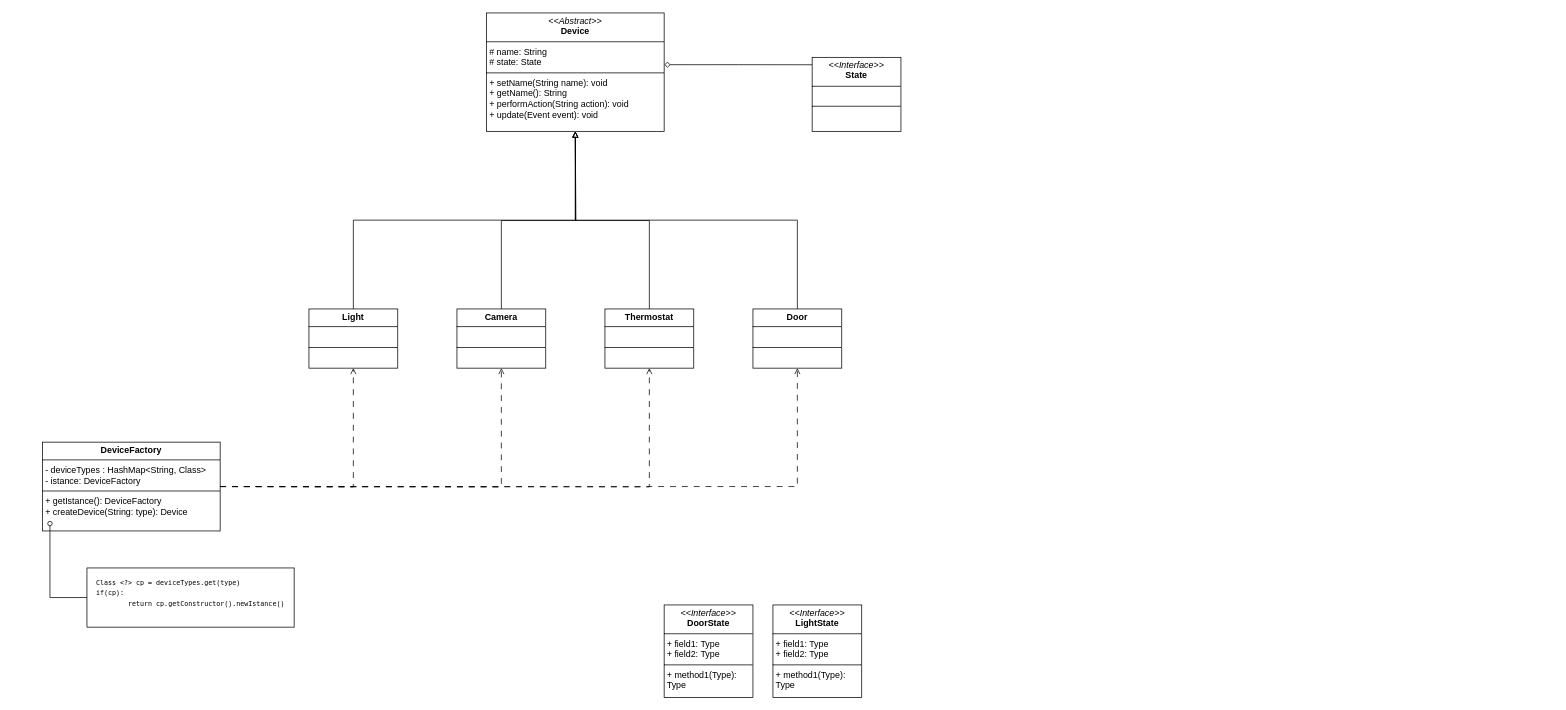
Earlier version of the draw.io diagram uml/smart-home-UML1.drawio (BoredDam/smart_home). Source tidied: cells renumbered, new cells numbered last; positions are measured from the earlier drawing's top-left corner, leaving out a move shared by most shapes. Both pictures are drawn from the tidied source at 74%, with x=0, y=0 at pixel (42, 13).
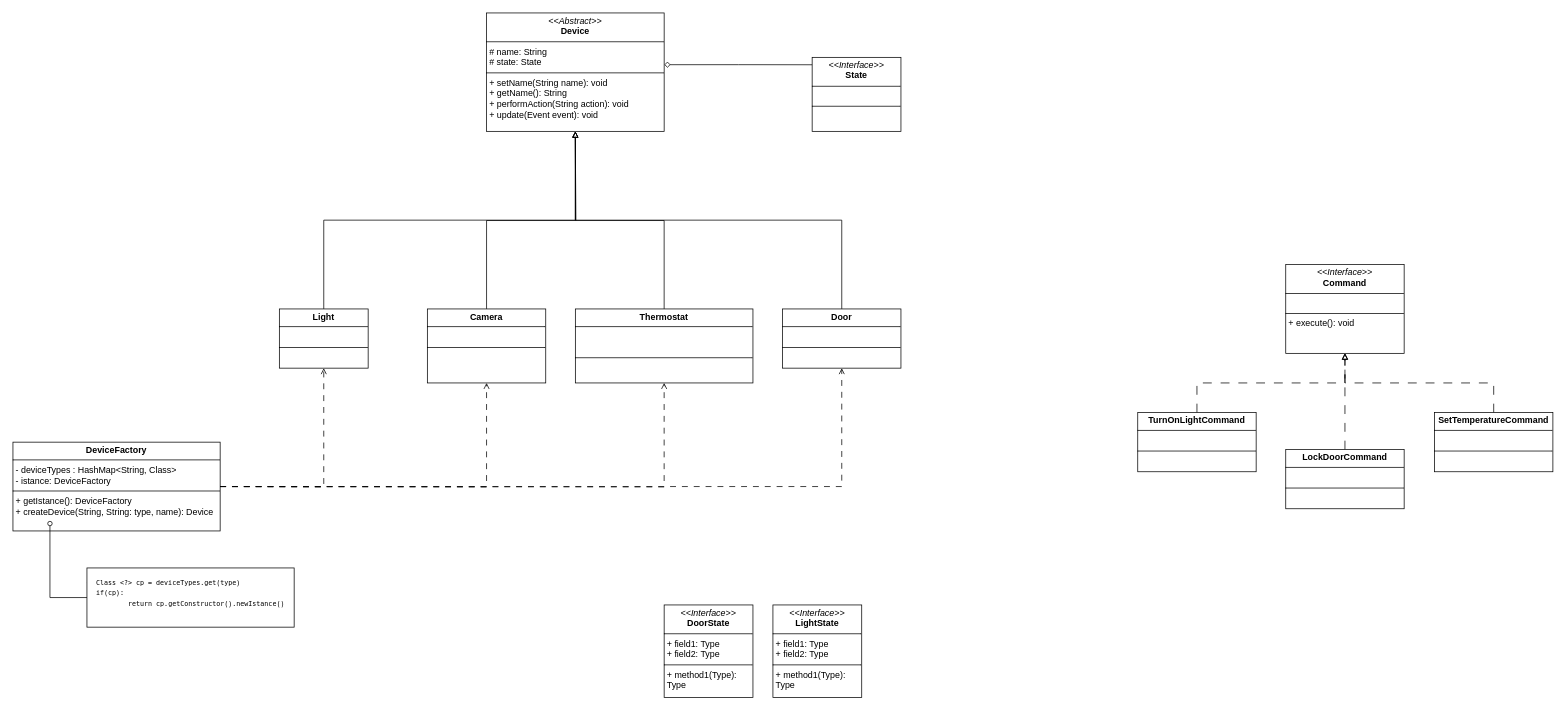
The same page after the edit.

Change to the diagram source:
```diff
@@
     <mxCell id="6" value="&lt;p style=&quot;margin:0px;margin-top:4px;text-align:center;&quot;&gt;&lt;b&gt;Light&lt;/b&gt;&lt;/p&gt;&lt;hr size=&quot;1&quot; style=&quot;border-style:solid;&quot;&gt;&lt;p style=&quot;margin:0px;margin-left:4px;&quot;&gt;&lt;br&gt;&lt;/p&gt;&lt;hr size=&quot;1&quot; style=&quot;border-style:solid;&quot;&gt;&lt;p style=&quot;margin:0px;margin-left:4px;&quot;&gt;&lt;br&gt;&lt;/p&gt;" style="verticalAlign=top;align=left;overflow=fill;html=1;whiteSpace=wrap;" parent="1" vertex="1">
-      <mxGeometry x="360" y="400" width="120" height="80" as="geometry" />
+      <mxGeometry x="320" y="400" width="120" height="80" as="geometry" />
     </mxCell>
@@
     <mxCell id="8" value="&lt;p style=&quot;margin:0px;margin-top:4px;text-align:center;&quot;&gt;&lt;b&gt;Camera&lt;/b&gt;&lt;/p&gt;&lt;hr size=&quot;1&quot; style=&quot;border-style:solid;&quot;&gt;&lt;p style=&quot;margin:0px;margin-left:4px;&quot;&gt;&lt;br&gt;&lt;/p&gt;&lt;hr size=&quot;1&quot; style=&quot;border-style:solid;&quot;&gt;&lt;p style=&quot;margin:0px;margin-left:4px;&quot;&gt;&lt;br&gt;&lt;/p&gt;" style="verticalAlign=top;align=left;overflow=fill;html=1;whiteSpace=wrap;" parent="1" vertex="1">
-      <mxGeometry x="560" y="400" width="120" height="80" as="geometry" />
+      <mxGeometry x="520" y="400" width="160" height="100" as="geometry" />
     </mxCell>
@@
-    <mxCell id="10" value="&lt;p style=&quot;margin:0px;margin-top:4px;text-align:center;&quot;&gt;&lt;b&gt;Thermostat&lt;/b&gt;&lt;/p&gt;&lt;hr size=&quot;1&quot; style=&quot;border-style:solid;&quot;&gt;&lt;p style=&quot;margin:0px;margin-left:4px;&quot;&gt;&lt;br&gt;&lt;/p&gt;&lt;hr size=&quot;1&quot; style=&quot;border-style:solid;&quot;&gt;&lt;p style=&quot;margin:0px;margin-left:4px;&quot;&gt;&lt;br&gt;&lt;/p&gt;" style="verticalAlign=top;align=left;overflow=fill;html=1;whiteSpace=wrap;" parent="1" vertex="1">
-      <mxGeometry x="760" y="400" width="120" height="80" as="geometry" />
+    <mxCell id="10" value="&lt;p style=&quot;margin:0px;margin-top:4px;text-align:center;&quot;&gt;&lt;b&gt;Thermostat&lt;/b&gt;&lt;/p&gt;&lt;hr size=&quot;1&quot; style=&quot;border-style:solid;&quot;&gt;&lt;p style=&quot;margin:0px;margin-left:4px;&quot;&gt;&lt;br&gt;&lt;/p&gt;&lt;p style=&quot;margin:0px;margin-left:4px;&quot;&gt;&lt;br&gt;&lt;/p&gt;&lt;hr size=&quot;1&quot; style=&quot;border-style:solid;&quot;&gt;&lt;p style=&quot;margin:0px;margin-left:4px;&quot;&gt;&lt;br&gt;&lt;/p&gt;" style="verticalAlign=top;align=left;overflow=fill;html=1;whiteSpace=wrap;" parent="1" vertex="1">
+      <mxGeometry x="720" y="400" width="240" height="100" as="geometry" />
     </mxCell>
@@
     <mxCell id="12" value="&lt;p style=&quot;margin:0px;margin-top:4px;text-align:center;&quot;&gt;&lt;b&gt;Door&lt;/b&gt;&lt;/p&gt;&lt;hr size=&quot;1&quot; style=&quot;border-style:solid;&quot;&gt;&lt;p style=&quot;margin:0px;margin-left:4px;&quot;&gt;&lt;br&gt;&lt;/p&gt;&lt;hr size=&quot;1&quot; style=&quot;border-style:solid;&quot;&gt;&lt;p style=&quot;margin:0px;margin-left:4px;&quot;&gt;&lt;br&gt;&lt;/p&gt;" style="verticalAlign=top;align=left;overflow=fill;html=1;whiteSpace=wrap;" parent="1" vertex="1">
-      <mxGeometry x="960" y="400" width="120" height="80" as="geometry" />
+      <mxGeometry x="1000" y="400" width="160" height="80" as="geometry" />
     </mxCell>
@@
-    <mxCell id="15" value="&lt;p style=&quot;margin:0px;margin-top:4px;text-align:center;&quot;&gt;&lt;b&gt;DeviceFactory&lt;/b&gt;&lt;/p&gt;&lt;hr size=&quot;1&quot; style=&quot;border-style:solid;&quot;&gt;&lt;p style=&quot;margin:0px;margin-left:4px;&quot;&gt;- deviceTypes : HashMap&amp;lt;String, Class&amp;gt;&lt;br&gt;&lt;/p&gt;&lt;p style=&quot;margin:0px;margin-left:4px;&quot;&gt;- istance: DeviceFactory&lt;/p&gt;&lt;hr size=&quot;1&quot; style=&quot;border-style:solid;&quot;&gt;&lt;p style=&quot;margin:0px;margin-left:4px;&quot;&gt;&lt;span style=&quot;background-color: transparent; color: light-dark(rgb(0, 0, 0), rgb(255, 255, 255));&quot;&gt;+ getIstance(): DeviceFactory&lt;/span&gt;&lt;/p&gt;&lt;p style=&quot;margin:0px;margin-left:4px;&quot;&gt;&lt;span style=&quot;background-color: transparent; color: light-dark(rgb(0, 0, 0), rgb(255, 255, 255));&quot;&gt;+ createDevice(String: type): Device&lt;/span&gt;&lt;/p&gt;" style="verticalAlign=top;align=left;overflow=fill;html=1;whiteSpace=wrap;" parent="1" vertex="1">
-      <mxGeometry y="580" width="240" height="120" as="geometry" />
+    <mxCell id="15" value="&lt;p style=&quot;margin:0px;margin-top:4px;text-align:center;&quot;&gt;&lt;b&gt;DeviceFactory&lt;/b&gt;&lt;/p&gt;&lt;hr size=&quot;1&quot; style=&quot;border-style:solid;&quot;&gt;&lt;p style=&quot;margin:0px;margin-left:4px;&quot;&gt;- deviceTypes : HashMap&amp;lt;String, Class&amp;gt;&lt;br&gt;&lt;/p&gt;&lt;p style=&quot;margin:0px;margin-left:4px;&quot;&gt;- istance: DeviceFactory&lt;/p&gt;&lt;hr size=&quot;1&quot; style=&quot;border-style:solid;&quot;&gt;&lt;p style=&quot;margin:0px;margin-left:4px;&quot;&gt;&lt;span style=&quot;background-color: transparent; color: light-dark(rgb(0, 0, 0), rgb(255, 255, 255));&quot;&gt;+ getIstance(): DeviceFactory&lt;/span&gt;&lt;/p&gt;&lt;p style=&quot;margin:0px;margin-left:4px;&quot;&gt;&lt;span style=&quot;background-color: transparent; color: light-dark(rgb(0, 0, 0), rgb(255, 255, 255));&quot;&gt;+ createDevice(String, String: type, name): Device&lt;/span&gt;&lt;/p&gt;" style="verticalAlign=top;align=left;overflow=fill;html=1;whiteSpace=wrap;" parent="1" vertex="1">
+      <mxGeometry x="-40" y="580" width="280" height="120" as="geometry" />
     </mxCell>
@@
+    <mxCell id="22" value="&lt;p style=&quot;margin:0px;margin-top:4px;text-align:center;&quot;&gt;&lt;i&gt;&amp;lt;&amp;lt;Interface&amp;gt;&amp;gt;&lt;/i&gt;&lt;br&gt;&lt;b&gt;Command&lt;/b&gt;&lt;/p&gt;&lt;hr size=&quot;1&quot; style=&quot;border-style:solid;&quot;&gt;&lt;p style=&quot;margin:0px;margin-left:4px;&quot;&gt;&amp;nbsp;&lt;br&gt;&lt;/p&gt;&lt;hr size=&quot;1&quot; style=&quot;border-style:solid;&quot;&gt;&lt;p style=&quot;margin:0px;margin-left:4px;&quot;&gt;+ execute(): void&lt;br&gt;&lt;/p&gt;" style="verticalAlign=top;align=left;overflow=fill;html=1;whiteSpace=wrap;" parent="1" vertex="1">
+      <mxGeometry x="1680" y="340" width="160" height="120" as="geometry" />
+    </mxCell>
+    <mxCell id="23" style="edgeStyle=orthogonalEdgeStyle;rounded=0;jettySize=auto;html=1;exitX=0.5;exitY=0;exitDx=0;exitDy=0;entryX=0.5;entryY=1;entryDx=0;entryDy=0;dashed=1;dashPattern=12 12;endArrow=block;endFill=0;" parent="1" edge="1" source="24" target="22">
+      <mxGeometry relative="1" as="geometry" />
+    </mxCell>
+    <mxCell id="24" value="&lt;p style=&quot;margin:0px;margin-top:4px;text-align:center;&quot;&gt;&lt;b&gt;TurnOnLightCommand&lt;/b&gt;&lt;/p&gt;&lt;hr size=&quot;1&quot; style=&quot;border-style:solid;&quot;&gt;&lt;p style=&quot;margin:0px;margin-left:4px;&quot;&gt;&amp;nbsp;&lt;br&gt;&lt;/p&gt;&lt;hr size=&quot;1&quot; style=&quot;border-style:solid;&quot;&gt;&lt;p style=&quot;margin:0px;margin-left:4px;&quot;&gt;&lt;br&gt;&lt;/p&gt;" style="verticalAlign=top;align=left;overflow=fill;html=1;whiteSpace=wrap;" parent="1" vertex="1">
+      <mxGeometry x="1480" y="540" width="160" height="80" as="geometry" />
+    </mxCell>
+    <mxCell id="25" style="edgeStyle=orthogonalEdgeStyle;rounded=0;jettySize=auto;html=1;exitX=0.5;exitY=0;exitDx=0;exitDy=0;dashed=1;dashPattern=12 12;endArrow=block;endFill=0;" parent="1" edge="1" source="26">
+      <mxGeometry relative="1" as="geometry">
+        <mxPoint x="1760" y="460" as="targetPoint" />
+      </mxGeometry>
+    </mxCell>
+    <mxCell id="26" value="&lt;p style=&quot;margin:0px;margin-top:4px;text-align:center;&quot;&gt;&lt;b&gt;LockDoorCommand&lt;/b&gt;&lt;/p&gt;&lt;hr size=&quot;1&quot; style=&quot;border-style:solid;&quot;&gt;&lt;p style=&quot;margin:0px;margin-left:4px;&quot;&gt;&amp;nbsp;&lt;br&gt;&lt;/p&gt;&lt;hr size=&quot;1&quot; style=&quot;border-style:solid;&quot;&gt;&lt;p style=&quot;margin:0px;margin-left:4px;&quot;&gt;&lt;br&gt;&lt;/p&gt;" style="verticalAlign=top;align=left;overflow=fill;html=1;whiteSpace=wrap;" parent="1" vertex="1">
+      <mxGeometry x="1680" y="590" width="160" height="80" as="geometry" />
+    </mxCell>
+    <mxCell id="27" style="edgeStyle=orthogonalEdgeStyle;rounded=0;jettySize=auto;html=1;exitX=0.5;exitY=0;exitDx=0;exitDy=0;entryX=0.5;entryY=1;entryDx=0;entryDy=0;dashed=1;dashPattern=12 12;endArrow=block;endFill=0;" parent="1" edge="1" source="28" target="22">
+      <mxGeometry relative="1" as="geometry" />
+    </mxCell>
+    <mxCell id="28" value="&lt;p style=&quot;margin:0px;margin-top:4px;text-align:center;&quot;&gt;&lt;b&gt;SetTemperatureCommand&lt;/b&gt;&lt;/p&gt;&lt;hr size=&quot;1&quot; style=&quot;border-style:solid;&quot;&gt;&lt;p style=&quot;margin:0px;margin-left:4px;&quot;&gt;&amp;nbsp;&lt;br&gt;&lt;/p&gt;&lt;hr size=&quot;1&quot; style=&quot;border-style:solid;&quot;&gt;&lt;p style=&quot;margin:0px;margin-left:4px;&quot;&gt;&lt;br&gt;&lt;/p&gt;" style="verticalAlign=top;align=left;overflow=fill;html=1;whiteSpace=wrap;" parent="1" vertex="1">
+      <mxGeometry x="1881" y="540" width="160" height="80" as="geometry" />
+    </mxCell>
```
